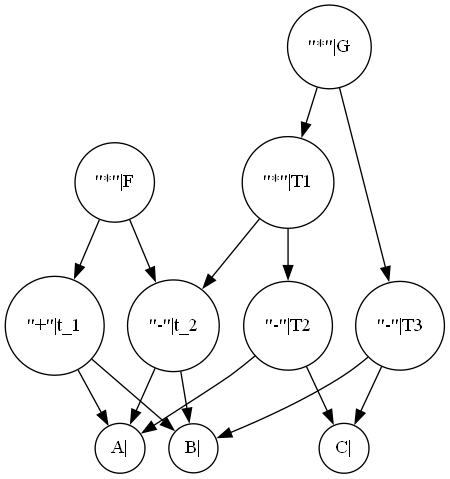
Earlier version of the Graphviz export DAG/visible.gv.png (hutao99/compiler). Its source is kept beside it as DAG/visible.gv.
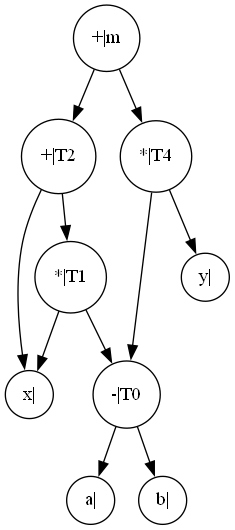
After the change.

Change to the diagram source:
```diff
@@ -1,27 +1,22 @@
 digraph "./DAG/visible" {
 	node [color=black shape=circle size="20,5"]
-	1 [label="A|"]
-	2 [label="B|"]
-	3 [label="\"+\"|t_1"]
-	4 [label="\"-\"|t_2"]
-	5 [label="\"*\"|F"]
-	6 [label="C|"]
-	7 [label="\"-\"|T2"]
-	8 [label="\"-\"|T3"]
-	9 [label="\"*\"|T1"]
-	10 [label="\"*\"|G"]
+	1 [label="a|"]
+	2 [label="b|"]
+	3 [label="-|T0"]
+	4 [label="x|"]
+	5 [label="*|T1"]
+	6 [label="+|T2"]
+	7 [label="y|"]
+	8 [label="*|T4"]
+	9 [label="+|m"]
 	3 -> 2
 	3 -> 1
-	4 -> 2
-	4 -> 1
+	5 -> 3
 	5 -> 4
-	5 -> 3
-	7 -> 6
-	7 -> 1
-	8 -> 6
-	8 -> 2
-	9 -> 7
-	9 -> 4
-	10 -> 8
-	10 -> 9
+	6 -> 5
+	6 -> 4
+	8 -> 7
+	8 -> 3
+	9 -> 8
+	9 -> 6
 }
```
